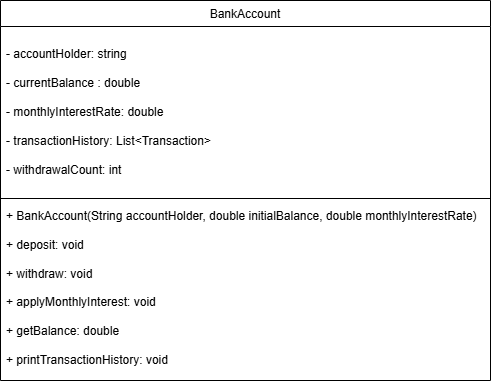
This is BankAccount.png from phanh-git/MaiTranPhuongAnh-20235644, a draw.io export, as it was before one commit. Source tidied: cells renumbered, new cells last; positions are measured from the earlier drawing's top-left corner, leaving out a move shared by most shapes. The source it was exported from:
```xml
<mxGraphModel>
  <root>
    <mxCell id="0" />
    <mxCell id="1" parent="0" />
    <mxCell id="2" value="&lt;span style=&quot;font-weight: 400;&quot;&gt;BankAccount&lt;/span&gt;" style="swimlane;fontStyle=1;align=center;verticalAlign=top;horizontal=1;startSize=26;whiteSpace=wrap;html=1;" parent="1" vertex="1">
      <mxGeometry width="490" height="380" as="geometry" />
    </mxCell>
    <mxCell id="3" value="&#10;- accountHolder: string&lt;div style=&quot;forced-color-adjust: none;&quot;&gt;&lt;br style=&quot;forced-color-adjust: none;&quot;&gt;&lt;div style=&quot;forced-color-adjust: none;&quot;&gt;- currentBalance : double&lt;/div&gt;&lt;div style=&quot;forced-color-adjust: none;&quot;&gt;&lt;br style=&quot;forced-color-adjust: none;&quot;&gt;&lt;/div&gt;&lt;div style=&quot;forced-color-adjust: none;&quot;&gt;-&amp;nbsp;monthlyInterestRate: double&lt;/div&gt;&lt;div style=&quot;forced-color-adjust: none;&quot;&gt;&lt;br style=&quot;forced-color-adjust: none;&quot;&gt;&lt;/div&gt;&lt;div style=&quot;forced-color-adjust: none;&quot;&gt;-&amp;nbsp;transactionHistory:&amp;nbsp;List&amp;lt;Transaction&amp;gt;&lt;/div&gt;&lt;/div&gt;&lt;div style=&quot;forced-color-adjust: none;&quot;&gt;&lt;br style=&quot;forced-color-adjust: none;&quot;&gt;&lt;/div&gt;&lt;div style=&quot;forced-color-adjust: none;&quot;&gt;-&amp;nbsp;withdrawalCount: int&lt;/div&gt;&lt;div style=&quot;forced-color-adjust: none;&quot;&gt;&lt;br style=&quot;forced-color-adjust: none; color: rgb(0, 0, 0); font-family: Helvetica; font-size: 12px; font-style: normal; font-variant-ligatures: normal; font-variant-caps: normal; font-weight: 400; letter-spacing: normal; orphans: 2; text-align: left; text-indent: 0px; text-transform: none; widows: 2; word-spacing: 0px; -webkit-text-stroke-width: 0px; white-space: normal; background-color: rgb(251, 251, 251); text-decoration-thickness: initial; text-decoration-style: initial; text-decoration-color: initial;&quot;&gt;&#10;&#10;&lt;/div&gt;" style="text;strokeColor=none;fillColor=none;align=left;verticalAlign=top;spacingLeft=4;spacingRight=4;overflow=hidden;whiteSpace=wrap;html=1;" parent="2" vertex="1">
      <mxGeometry y="26" width="490" height="168" as="geometry" />
    </mxCell>
    <mxCell id="4" style="line;strokeWidth=1;fillColor=none;align=left;verticalAlign=middle;spacingTop=-1;spacingLeft=3;spacingRight=3;labelPosition=right;strokeColor=inherit;" parent="2" vertex="1">
      <mxGeometry y="194" width="490" height="8" as="geometry" />
    </mxCell>
    <mxCell id="5" value="+&amp;nbsp;BankAccount(String accountHolder, double initialBalance, double monthlyInterestRate)&lt;div&gt;&lt;br&gt;&lt;/div&gt;&lt;div&gt;+ deposit: void&lt;/div&gt;&lt;div&gt;&lt;br&gt;&lt;/div&gt;&lt;div&gt;+ withdraw: void&lt;/div&gt;&lt;div&gt;&lt;br&gt;&lt;/div&gt;&lt;div&gt;+&amp;nbsp;applyMonthlyInterest: void&lt;/div&gt;&lt;div&gt;&lt;br&gt;&lt;/div&gt;&lt;div&gt;+&amp;nbsp;getBalance: double&lt;/div&gt;&lt;div&gt;&lt;br&gt;&lt;/div&gt;&lt;div&gt;+&amp;nbsp;printTransactionHistory: void&lt;/div&gt;" style="text;strokeColor=none;fillColor=none;align=left;verticalAlign=top;spacingLeft=4;spacingRight=4;overflow=hidden;whiteSpace=wrap;html=1;" parent="2" vertex="1">
      <mxGeometry y="202" width="490" height="178" as="geometry" />
    </mxCell>
  </root>
</mxGraphModel>
```
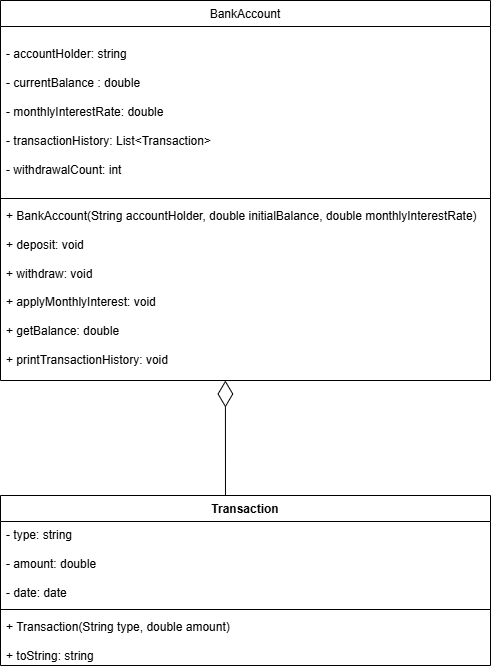
The same diagram one commit later.

Change to the diagram source:
```diff
@@ -14,5 +14,23 @@
     <mxCell id="5" value="+&amp;nbsp;BankAccount(String accountHolder, double initialBalance, double monthlyInterestRate)&lt;div&gt;&lt;br&gt;&lt;/div&gt;&lt;div&gt;+ deposit: void&lt;/div&gt;&lt;div&gt;&lt;br&gt;&lt;/div&gt;&lt;div&gt;+ withdraw: void&lt;/div&gt;&lt;div&gt;&lt;br&gt;&lt;/div&gt;&lt;div&gt;+&amp;nbsp;applyMonthlyInterest: void&lt;/div&gt;&lt;div&gt;&lt;br&gt;&lt;/div&gt;&lt;div&gt;+&amp;nbsp;getBalance: double&lt;/div&gt;&lt;div&gt;&lt;br&gt;&lt;/div&gt;&lt;div&gt;+&amp;nbsp;printTransactionHistory: void&lt;/div&gt;" style="text;strokeColor=none;fillColor=none;align=left;verticalAlign=top;spacingLeft=4;spacingRight=4;overflow=hidden;whiteSpace=wrap;html=1;" parent="2" vertex="1">
       <mxGeometry y="202" width="490" height="178" as="geometry" />
     </mxCell>
+    <mxCell id="6" style="endArrow=diamondThin;endFill=0;endSize=24;html=1;rounded=0;entryX=0.459;entryY=1.021;entryDx=0;entryDy=0;entryPerimeter=0;" parent="1" edge="1">
+      <mxGeometry relative="1" as="geometry">
+        <mxPoint x="225" y="516.3" as="sourcePoint" />
+        <mxPoint x="224.9" y="380" as="targetPoint" />
+      </mxGeometry>
+    </mxCell>
+    <mxCell id="7" value="Transaction&lt;div&gt;&lt;br&gt;&lt;/div&gt;" style="swimlane;fontStyle=1;align=center;verticalAlign=top;horizontal=1;startSize=26;whiteSpace=wrap;html=1;" parent="1" vertex="1">
+      <mxGeometry y="495" width="490" height="170" as="geometry" />
+    </mxCell>
+    <mxCell id="8" value="- type: string&lt;div&gt;&lt;br&gt;&lt;/div&gt;&lt;div&gt;- amount: double&lt;/div&gt;&lt;div&gt;&lt;br&gt;&lt;/div&gt;&lt;div&gt;- date: date&lt;/div&gt;" style="text;strokeColor=none;fillColor=none;align=left;verticalAlign=top;spacingLeft=4;spacingRight=4;overflow=hidden;whiteSpace=wrap;html=1;" parent="7" vertex="1">
+      <mxGeometry y="26" width="490" height="84" as="geometry" />
+    </mxCell>
+    <mxCell id="9" style="line;strokeWidth=1;fillColor=none;align=left;verticalAlign=middle;spacingTop=-1;spacingLeft=3;spacingRight=3;labelPosition=right;strokeColor=inherit;" parent="7" vertex="1">
+      <mxGeometry y="110" width="490" height="8" as="geometry" />
+    </mxCell>
+    <mxCell id="10" value="+&amp;nbsp;Transaction(String type, double amount)&lt;div&gt;&lt;br&gt;&lt;/div&gt;&lt;div&gt;+&amp;nbsp;toString: string&lt;/div&gt;" style="text;strokeColor=none;fillColor=none;align=left;verticalAlign=top;spacingLeft=4;spacingRight=4;overflow=hidden;whiteSpace=wrap;html=1;" parent="7" vertex="1">
+      <mxGeometry y="118" width="490" height="52" as="geometry" />
+    </mxCell>
   </root>
 </mxGraphModel>
```
